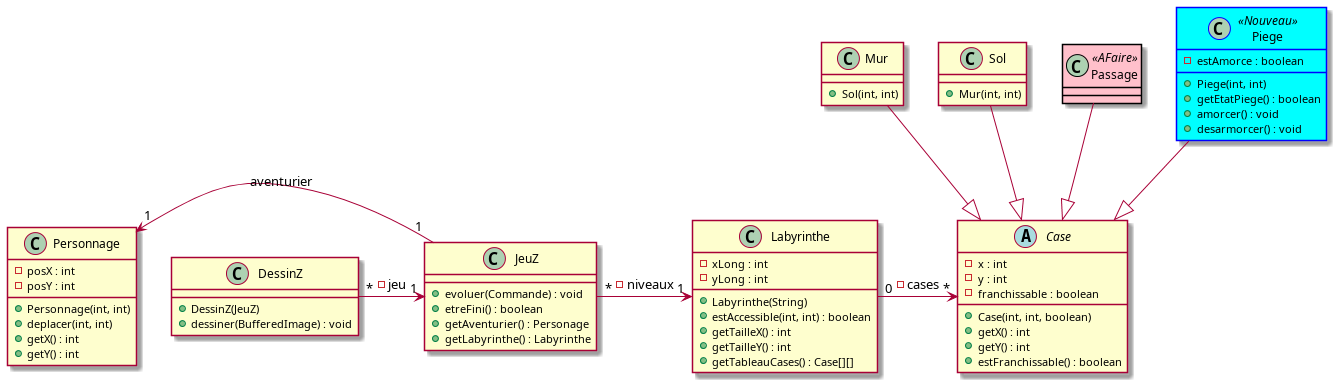
Above: documents/version_3/umlClasses.png in Alex-Michelet/2021_COO_Zeldiablo_Cordurie_Sacquard_Michelet_Kone_Becker (PlantUML), before the change. Its diagram source:
```plantuml
@startuml

skinparam class{
  BackgroundColor<<AFaire>> Pink
  BorderColor<<AFaire>> Black
  BackgroundColor<<Nouveau>> Cyan
  BorderColor<<Nouveau>> Blue
}

class JeuZ{
+ evoluer(Commande) : void
+ etreFini() : boolean
+ getAventurier() : Personage
+ getLabyrinthe() : Labyrinthe
}

class Personnage{
- posX : int
- posY : int
+ Personnage(int, int)
+ deplacer(int, int)
+ getX() : int
+ getY() : int
}

abstract class Case{
- x : int
- y : int
- franchissable : boolean
+ Case(int, int, boolean)
+ getX() : int
+ getY() : int
+ estFranchissable() : boolean
}

class Labyrinthe{
- xLong : int
- yLong : int
+ Labyrinthe(String)
+ estAccessible(int, int) : boolean
+ getTailleX() : int
+ getTailleY() : int
+ getTableauCases() : Case[][]
}

class DessinZ{
+ DessinZ(JeuZ)
+ dessiner(BufferedImage) : void
}

class Mur {
+ Sol(int, int)
}

class Sol {
+ Mur(int, int)
}

class Passage <<AFaire>>{}

class Piege<<Nouveau>>{
- estAmorce : boolean
+ Piege(int, int)
+ getEtatPiege() : boolean
+ amorcer() : void
+ desarmorcer() : void
}

Labyrinthe "0" -> "*" Case : -cases

Mur --|> Case
Sol --|> Case
Piege --|> Case
Passage --|> Case


DessinZ "*" -> "1" JeuZ : -jeu
JeuZ "1" -left> "1" Personnage : -aventurier
JeuZ "*" -> "1" Labyrinthe : -niveaux

@enduml
```
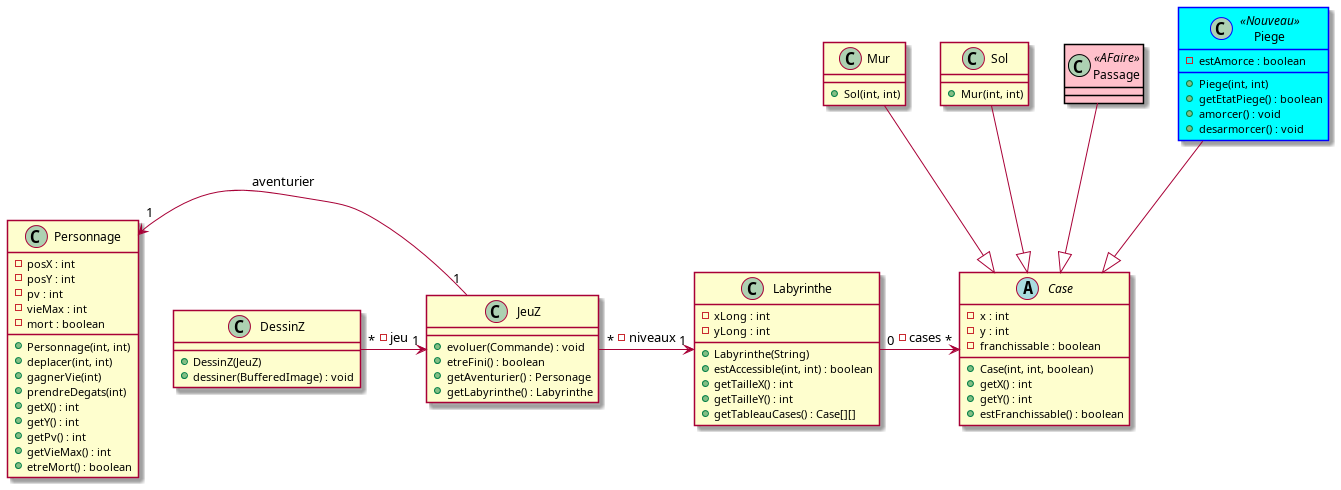
The same diagram one commit later.

Commit message:
Ajout diagramme sequence deplacement de piege a sol

The edit, as a diff of the source:
```diff
@@ -17,10 +17,18 @@
 class Personnage{
 - posX : int
 - posY : int
+- pv : int
+- vieMax : int
+- mort : boolean
 + Personnage(int, int)
 + deplacer(int, int)
++ gagnerVie(int)
++ prendreDegats(int)
 + getX() : int
 + getY() : int
++ getPv() : int
++ getVieMax() : int
++ etreMort() : boolean
 }
 
 abstract class Case{
```
